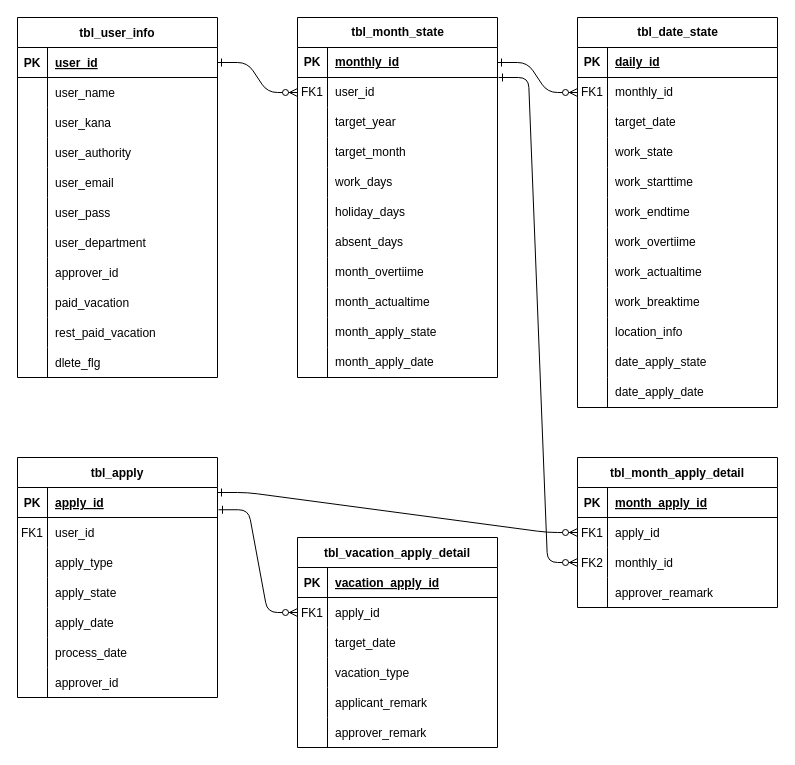
This is docs/database/er.drawio from youkobaske/agentSupport-attendanceSystem, a draw.io file, before an edit. Source tidied: cells renumbered, new cells numbered last; positions are measured from the earlier drawing's top-left corner, leaving out a move shared by most shapes. Both pictures are drawn from the tidied source at 100%, with x=0, y=0 at pixel (17, 17).
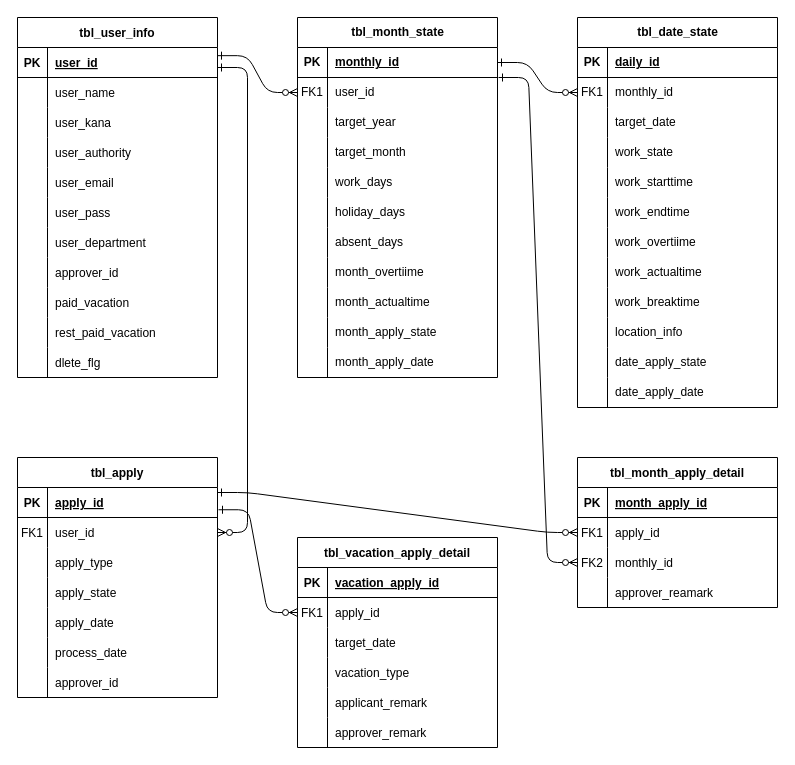
The same diagram, later.

Unchanged cells that the change refers to:
```xml
<mxCell id="4" style="shape=partialRectangle;fillColor=none;points=[[0,0.5],[1,0.5]];portConstraint=eastwest;top=0;left=0;right=0;bottom=1;" parent="3" vertex="1">
  <mxGeometry y="30" width="200" height="30" as="geometry" />
</mxCell>
<mxCell id="80" style="shape=tableRow;horizontal=0;startSize=0;swimlaneHead=0;swimlaneBody=0;fillColor=none;points=[[0,0.5],[1,0.5]];portConstraint=eastwest;top=0;left=0;right=0;bottom=0;" parent="76" vertex="1">
  <mxGeometry y="60" width="200" height="30" as="geometry" />
</mxCell>
<mxCell id="115" style="shape=partialRectangle;fillColor=none;points=[[0,0.5],[1,0.5]];portConstraint=eastwest;top=0;left=0;right=0;bottom=0;" parent="111" vertex="1">
  <mxGeometry y="60" width="200" height="30" as="geometry" />
</mxCell>
```

Change to the diagram source:
```diff
@@
-    <mxCell id="2" style="edgeStyle=entityRelationEdgeStyle;endArrow=ERzeroToMany;startArrow=ERone;endFill=1;startFill=0;entryX=0;entryY=0.5;entryDx=0;entryDy=0;exitX=1;exitY=0.5;exitDx=0;exitDy=0;" parent="1" edge="1" source="4" target="80">
+    <mxCell id="2" style="edgeStyle=entityRelationEdgeStyle;endArrow=ERzeroToMany;startArrow=ERone;endFill=1;startFill=0;entryX=0;entryY=0.5;entryDx=0;entryDy=0;exitX=1;exitY=0.272;exitDx=0;exitDy=0;exitPerimeter=0;" parent="1" edge="1" source="4" target="80">
       <mxGeometry relative="1" as="geometry" />
     </mxCell>
@@
+    <mxCell id="168" style="edgeStyle=entityRelationEdgeStyle;endArrow=ERzeroToMany;startArrow=ERone;endFill=1;startFill=0;exitX=1;exitY=0.5;exitDx=0;exitDy=0;rounded=1;entryX=1;entryY=0.5;entryDx=0;entryDy=0;" parent="1" edge="1" target="115">
+      <mxGeometry relative="1" as="geometry">
+        <mxPoint x="200" y="50" as="sourcePoint" />
+      </mxGeometry>
+    </mxCell>
```
